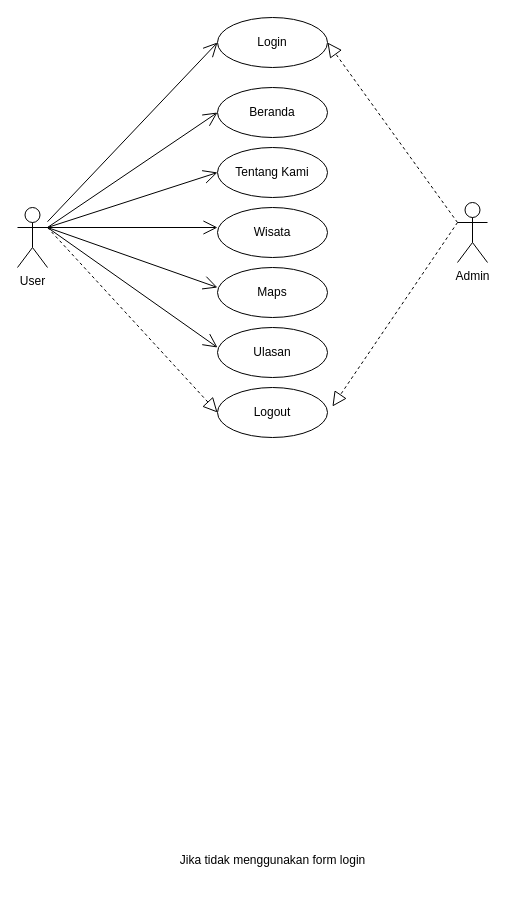
Jeremia0910/SJSI keeps this draw.io diagram as page "Page-58" (57 of 62) of Untitled Diagram.drawio. Above is the earlier version. Source tidied: cells renumbered, new cells numbered last; positions are measured from the earlier drawing's top-left corner, leaving out a move shared by most shapes. Both pictures are drawn from the tidied source at 100%, with x=0, y=0 at pixel (17, 17).
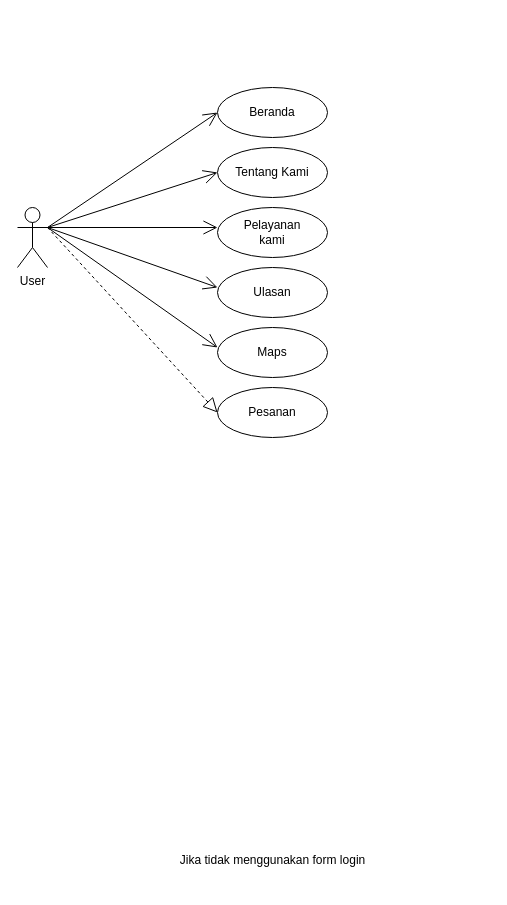
After the change.

The change refers to these unchanged cells:
```xml
<mxCell id="3" value="User" style="shape=umlActor;verticalLabelPosition=bottom;verticalAlign=top;html=1;outlineConnect=0;" parent="1" vertex="1">
  <mxGeometry y="190" width="30" height="60" as="geometry" />
</mxCell>
```

Change to the diagram source:
```diff
@@
-    <mxCell id="5" value="Wisata" style="ellipse;whiteSpace=wrap;html=1;" parent="1" vertex="1">
+    <mxCell id="5" value="&lt;div&gt;Pelayanan &lt;br&gt;&lt;/div&gt;&lt;div&gt;kami&lt;br&gt;&lt;/div&gt;" style="ellipse;whiteSpace=wrap;html=1;" parent="1" vertex="1">
       <mxGeometry x="200" y="190" width="110" height="50" as="geometry" />
     </mxCell>
-    <mxCell id="6" value="Maps" style="ellipse;whiteSpace=wrap;html=1;" parent="1" vertex="1">
+    <mxCell id="6" value="Ulasan" style="ellipse;whiteSpace=wrap;html=1;" parent="1" vertex="1">
       <mxGeometry x="200" y="250" width="110" height="50" as="geometry" />
     </mxCell>
-    <mxCell id="7" value="Ulasan" style="ellipse;whiteSpace=wrap;html=1;" parent="1" vertex="1">
+    <mxCell id="7" value="Maps" style="ellipse;whiteSpace=wrap;html=1;" parent="1" vertex="1">
       <mxGeometry x="200" y="310" width="110" height="50" as="geometry" />
     </mxCell>
-    <mxCell id="8" value="Admin" style="shape=umlActor;verticalLabelPosition=bottom;verticalAlign=top;html=1;outlineConnect=0;" parent="1" vertex="1">
-      <mxGeometry x="440" y="185" width="30" height="60" as="geometry" />
-    </mxCell>
@@
-    <mxCell id="14" style="endArrow=block;dashed=1;endFill=0;endSize=12;html=1;rounded=0;exitX=0;exitY=0.3333333333333333;exitDx=0;exitDy=0;exitPerimeter=0;entryX=1;entryY=0.5;entryDx=0;entryDy=0;" parent="1" edge="1" source="8" target="18">
-      <mxGeometry relative="1" as="geometry" />
-    </mxCell>
@@
-    <mxCell id="16" value="Logout" style="ellipse;whiteSpace=wrap;html=1;" parent="1" vertex="1">
+    <mxCell id="16" value="Pesanan" style="ellipse;whiteSpace=wrap;html=1;" parent="1" vertex="1">
       <mxGeometry x="200" y="370" width="110" height="50" as="geometry" />
     </mxCell>
@@
-    <mxCell id="18" value="Login" style="ellipse;whiteSpace=wrap;html=1;" parent="1" vertex="1">
-      <mxGeometry x="200" width="110" height="50" as="geometry" />
-    </mxCell>
-    <mxCell id="19" style="endArrow=open;endFill=1;endSize=12;html=1;rounded=0;entryX=0;entryY=0.5;entryDx=0;entryDy=0;" parent="1" edge="1" source="3" target="18">
-      <mxGeometry relative="1" as="geometry" />
-    </mxCell>
-    <mxCell id="20" style="endArrow=block;dashed=1;endFill=0;endSize=12;html=1;rounded=0;exitX=0;exitY=0.3333333333333333;exitDx=0;exitDy=0;exitPerimeter=0;entryX=1.045;entryY=0.38;entryDx=0;entryDy=0;entryPerimeter=0;" parent="1" edge="1" source="8" target="16">
-      <mxGeometry relative="1" as="geometry" />
-    </mxCell>
```
